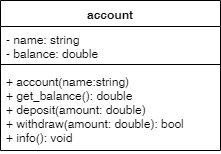
This is uml/uml1.png from chgogos/oop, a draw.io export, as it was before one commit. Source tidied: cells renumbered, new cells last; positions are measured from the earlier drawing's top-left corner, leaving out a move shared by most shapes.
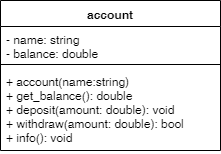
Later version of the same file.

What changed in the source:
```diff
@@ -11,7 +11,7 @@
     <mxCell id="4" style="line;strokeWidth=1;fillColor=none;align=left;verticalAlign=middle;spacingTop=-1;spacingLeft=3;spacingRight=3;labelPosition=right;" parent="2" vertex="1">
       <mxGeometry y="60" width="220" height="8" as="geometry" />
     </mxCell>
-    <mxCell id="5" value="+ account(name:string)&#10;+ get_balance(): double&#10;+ deposit(amount: double)&#10;+ withdraw(amount: double): bool&#10;+ info(): void&#10;" style="text;strokeColor=none;fillColor=none;align=left;verticalAlign=top;spacingLeft=4;spacingRight=4;overflow=hidden;" parent="2" vertex="1">
+    <mxCell id="5" value="+ account(name:string)&#10;+ get_balance(): double&#10;+ deposit(amount: double): void&#10;+ withdraw(amount: double): bool&#10;+ info(): void&#10;" style="text;strokeColor=none;fillColor=none;align=left;verticalAlign=top;spacingLeft=4;spacingRight=4;overflow=hidden;" parent="2" vertex="1">
       <mxGeometry y="68" width="220" height="82" as="geometry" />
     </mxCell>
   </root>
```
